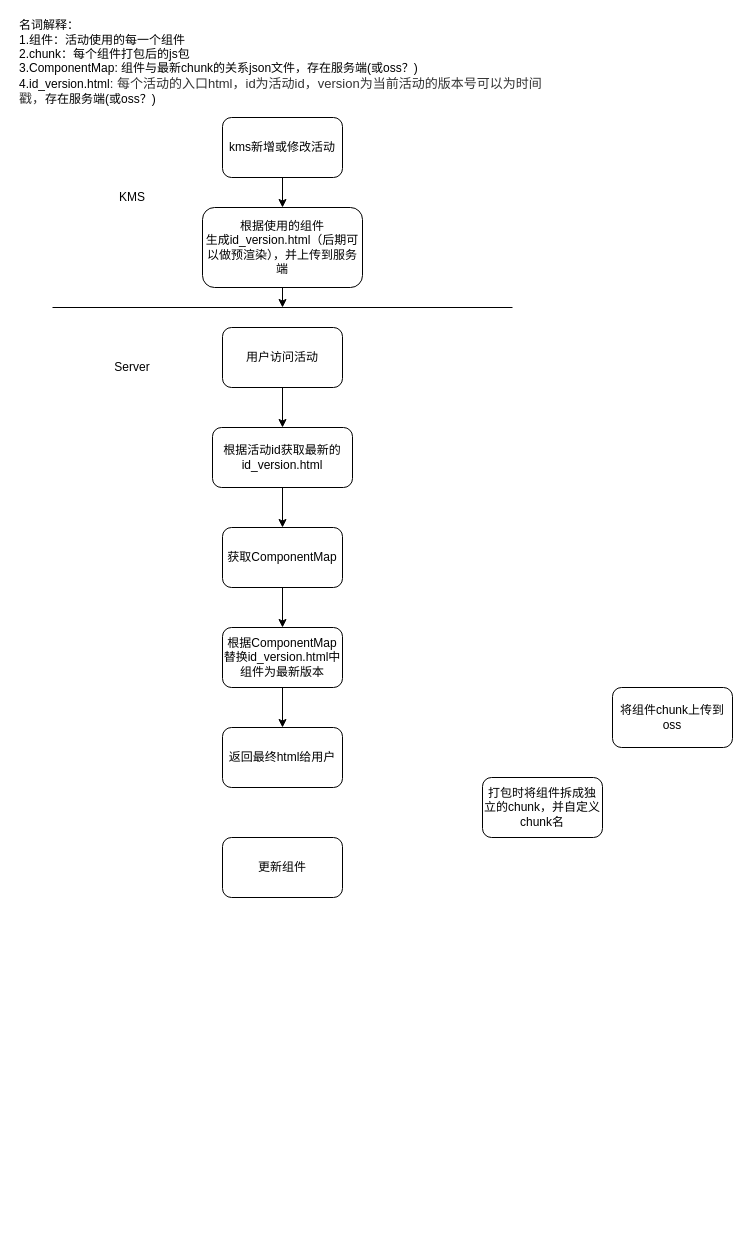
ks-stack/drawio keeps this draw.io diagram as 活动模板按需加载方案.drawio. Above is the earlier version. Source tidied: cells renumbered, new cells numbered last; positions are measured from the earlier drawing's top-left corner, leaving out a move shared by most shapes. Both pictures are drawn from the tidied source at 100%, with x=0, y=0 at pixel (17, 17).
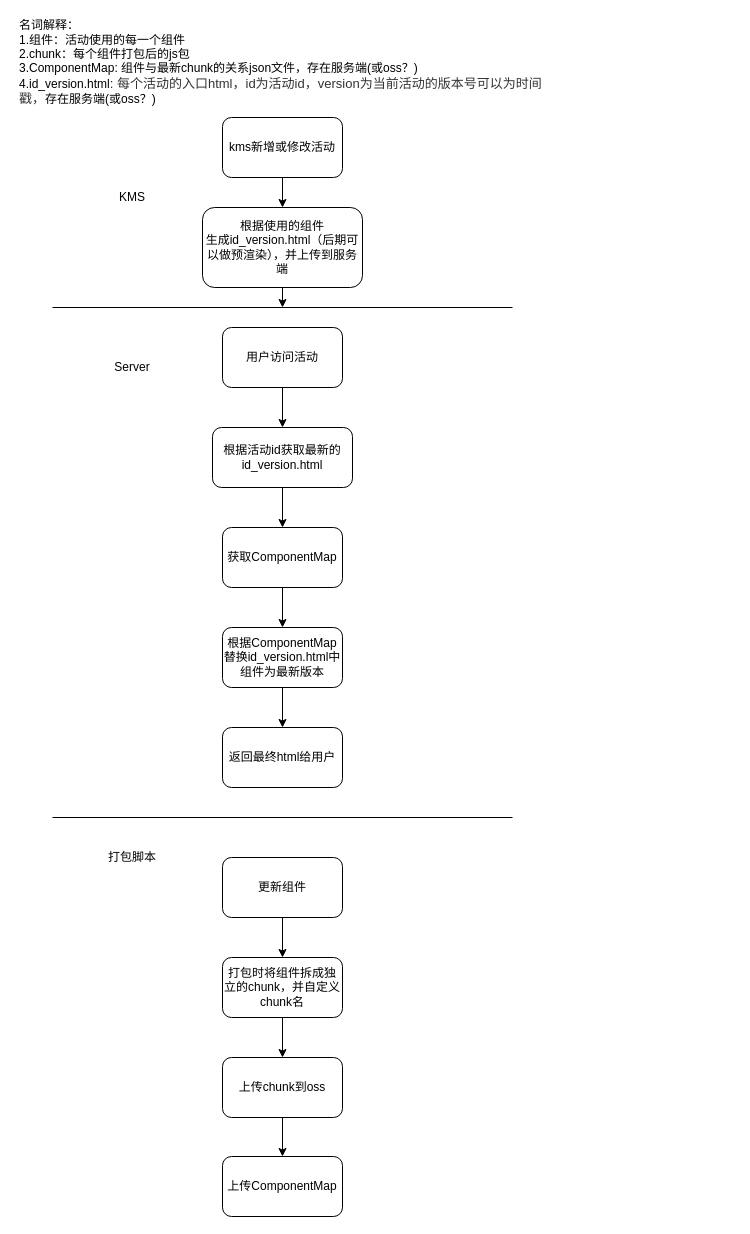
The same page after the edit.

Commit message (it also covers changes not shown here):
Update 活动模板按需加载方案.drawio

Diff of the diagram source:
```diff
@@
+    <mxCell id="22" style="edgeStyle=orthogonalEdgeStyle;rounded=0;jettySize=auto;html=1;" parent="1" edge="1" source="11" target="12">
+      <mxGeometry relative="1" as="geometry" />
+    </mxCell>
     <mxCell id="11" value="打包时将组件拆成独立的chunk，并自定义chunk名" style="rounded=1;whiteSpace=wrap;html=1;fillColor=#FFFFFFFF;" parent="1" vertex="1">
-      <mxGeometry x="465" y="760" width="120" height="60" as="geometry" />
+      <mxGeometry x="205" y="940" width="120" height="60" as="geometry" />
     </mxCell>
+    <mxCell id="23" style="edgeStyle=orthogonalEdgeStyle;rounded=0;jettySize=auto;html=1;" parent="1" edge="1" source="12" target="25">
+      <mxGeometry relative="1" as="geometry" />
+    </mxCell>
-    <mxCell id="12" value="将组件chunk上传到oss" style="rounded=1;whiteSpace=wrap;html=1;fillColor=#FFFFFFFF;" parent="1" vertex="1">
-      <mxGeometry x="595" y="670" width="120" height="60" as="geometry" />
+    <mxCell id="12" value="上传chunk到oss" style="rounded=1;whiteSpace=wrap;html=1;fillColor=#FFFFFFFF;" parent="1" vertex="1">
+      <mxGeometry x="205" y="1040" width="120" height="60" as="geometry" />
     </mxCell>
+    <mxCell id="24" style="edgeStyle=orthogonalEdgeStyle;rounded=0;jettySize=auto;html=1;" parent="1" edge="1" source="13" target="11">
+      <mxGeometry relative="1" as="geometry" />
+    </mxCell>
     <mxCell id="13" value="更新组件" style="rounded=1;whiteSpace=wrap;html=1;fillColor=#FFFFFFFF;" parent="1" vertex="1">
-      <mxGeometry x="205" y="820" width="120" height="60" as="geometry" />
+      <mxGeometry x="205" y="840" width="120" height="60" as="geometry" />
     </mxCell>
@@
+    <mxCell id="25" value="&lt;div style=&quot;text-align: center&quot;&gt;&lt;span style=&quot;text-align: left&quot;&gt;上传ComponentMap&lt;/span&gt;&lt;/div&gt;" style="rounded=1;whiteSpace=wrap;html=1;" parent="1" vertex="1">
+      <mxGeometry x="205" y="1139" width="120" height="60" as="geometry" />
+    </mxCell>
+    <mxCell id="26" style="endArrow=none;html=1;" parent="1" edge="1">
+      <mxGeometry relative="1" as="geometry">
+        <mxPoint x="35" y="800" as="sourcePoint" />
+        <mxPoint x="495" y="800" as="targetPoint" />
+      </mxGeometry>
+    </mxCell>
+    <mxCell id="27" value="打包脚本" style="text;html=1;strokeColor=none;fillColor=none;align=center;verticalAlign=middle;whiteSpace=wrap;rounded=0;" parent="1" vertex="1">
+      <mxGeometry x="90" y="830" width="50" height="20" as="geometry" />
+    </mxCell>
```
